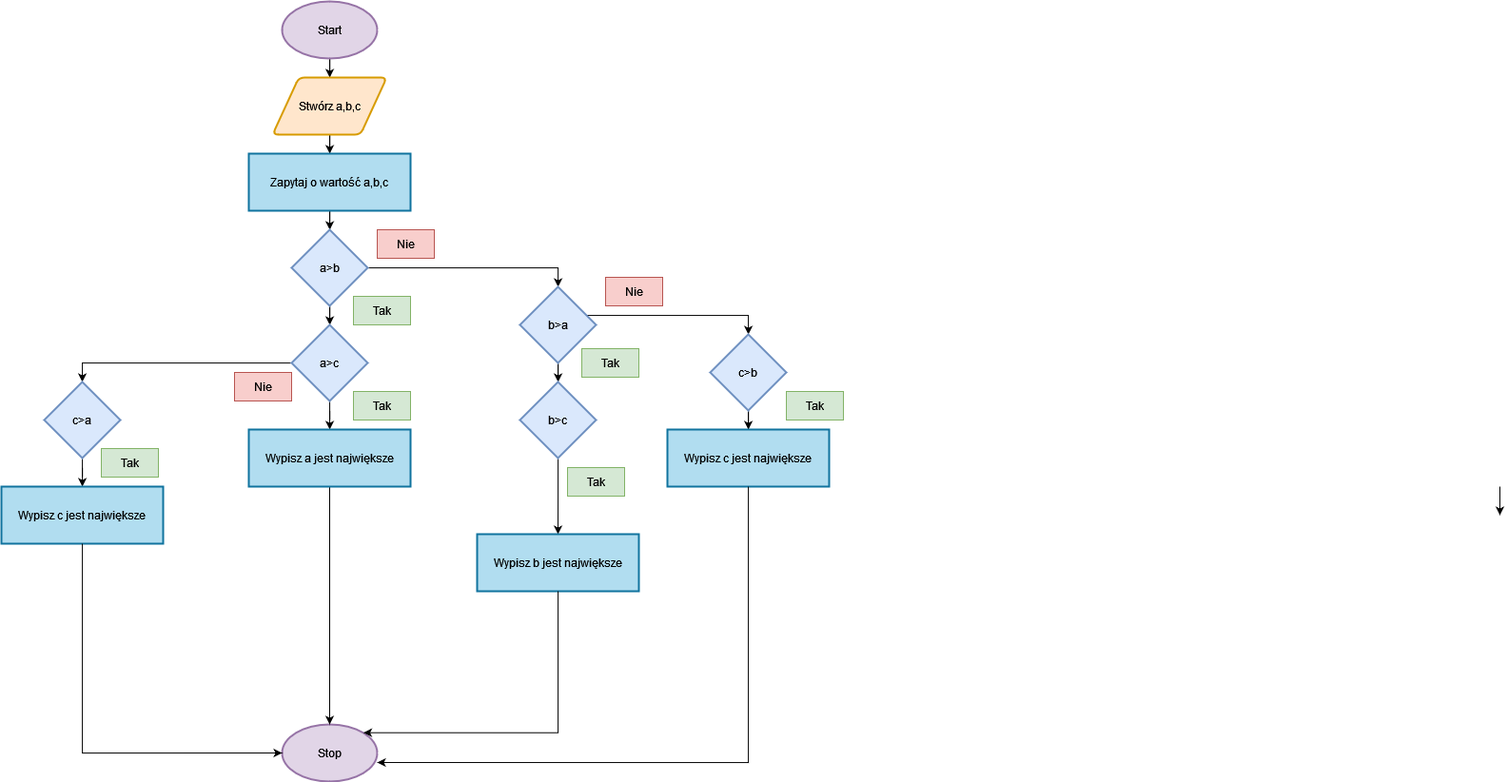
DudeQ7/Programming keeps this draw.io diagram as schemat_blokowy/Lab_01/Programowanie_laborki/Która_największa(rdy)(pre_checked)/Która największa.drawio.png. Above is the earlier version. Source tidied: cells renumbered, new cells last; positions are measured from the earlier drawing's top-left corner, leaving out a move shared by most shapes.
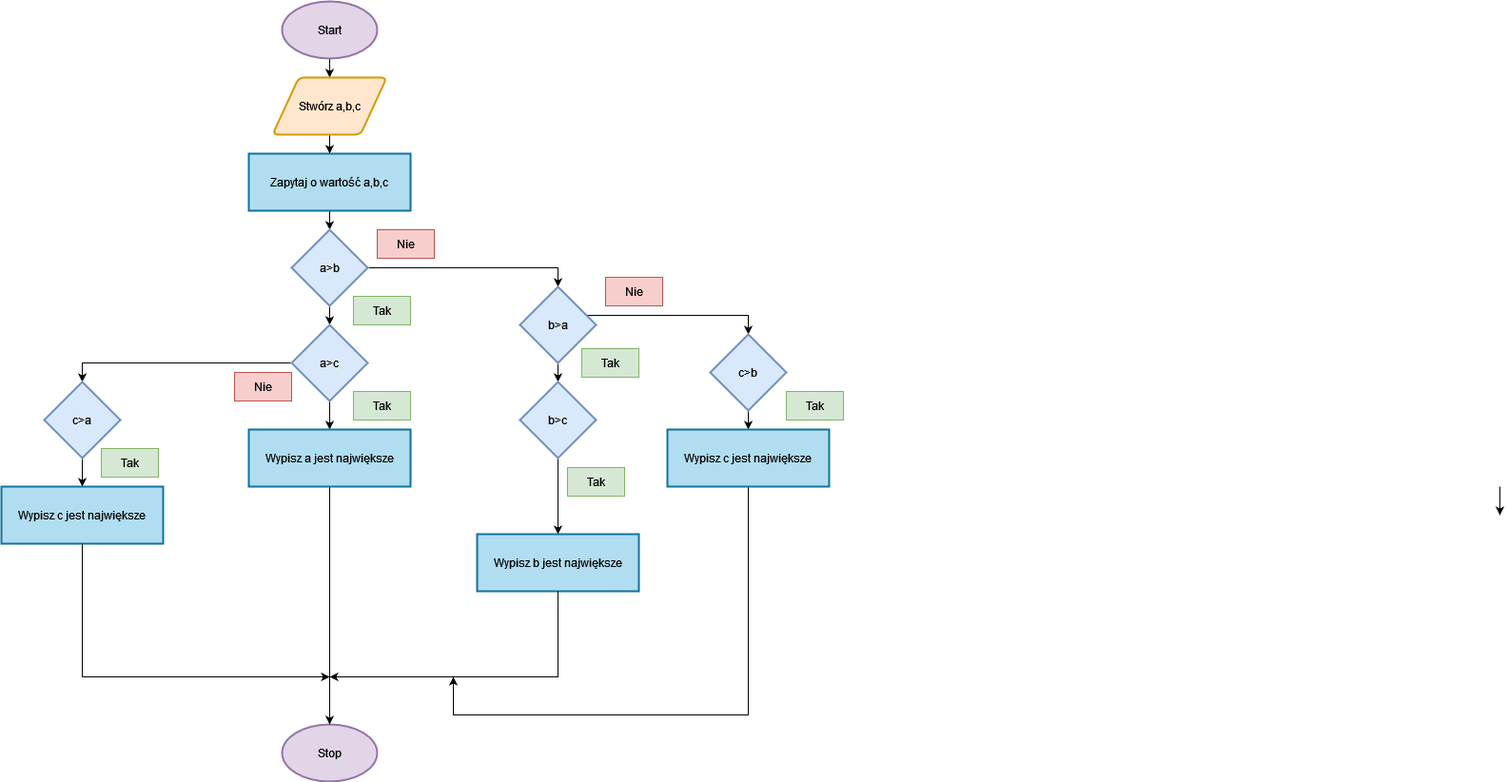
After the commit.

What changed in the source:
```diff
@@ -79,10 +79,11 @@
     <mxCell id="22" value="Wypisz b jest największe" style="rounded=0;whiteSpace=wrap;html=1;absoluteArcSize=1;arcSize=14;strokeWidth=2;fillColor=#b1ddf0;strokeColor=#10739e;" parent="1" vertex="1">
       <mxGeometry x="500" y="560" width="170" height="60" as="geometry" />
     </mxCell>
-    <mxCell id="23" style="edgeStyle=orthogonalEdgeStyle;rounded=0;jettySize=auto;html=1;entryX=0.855;entryY=0.145;entryDx=0;entryDy=0;entryPerimeter=0;" parent="1" edge="1" source="22" target="4">
+    <mxCell id="23" style="edgeStyle=orthogonalEdgeStyle;rounded=0;jettySize=auto;html=1;" parent="1" edge="1" source="22">
       <mxGeometry relative="1" as="geometry">
+        <mxPoint x="345" y="710" as="targetPoint" />
         <Array as="points">
-          <mxPoint x="585" y="769" />
+          <mxPoint x="585" y="710" />
         </Array>
       </mxGeometry>
     </mxCell>
@@ -98,16 +99,18 @@
     <mxCell id="26" value="c&amp;gt;b" style="rhombus;whiteSpace=wrap;html=1;strokeWidth=2;fillColor=#dae8fc;strokeColor=#6c8ebf;" parent="1" vertex="1">
       <mxGeometry x="745" y="350" width="80" height="80" as="geometry" />
     </mxCell>
+    <mxCell id="42" style="edgeStyle=orthogonalEdgeStyle;rounded=0;jettySize=auto;html=1;" parent="1" edge="1" source="27">
+      <mxGeometry relative="1" as="geometry">
+        <mxPoint x="475" y="710" as="targetPoint" />
+        <Array as="points">
+          <mxPoint x="785" y="750" />
+          <mxPoint x="475" y="750" />
+        </Array>
+      </mxGeometry>
+    </mxCell>
     <mxCell id="27" value="Wypisz c jest największe" style="rounded=0;whiteSpace=wrap;html=1;absoluteArcSize=1;arcSize=14;strokeWidth=2;fillColor=#b1ddf0;strokeColor=#10739e;" parent="1" vertex="1">
       <mxGeometry x="700" y="450" width="170" height="60" as="geometry" />
     </mxCell>
-    <mxCell id="28" style="edgeStyle=orthogonalEdgeStyle;rounded=0;jettySize=auto;html=1;entryX=1;entryY=0.667;entryDx=0;entryDy=0;entryPerimeter=0;" parent="1" edge="1" source="27" target="4">
-      <mxGeometry relative="1" as="geometry">
-        <Array as="points">
-          <mxPoint x="785" y="800" />
-        </Array>
-      </mxGeometry>
-    </mxCell>
     <mxCell id="29" style="edgeStyle=orthogonalEdgeStyle;rounded=0;jettySize=auto;html=1;" parent="1" edge="1" source="30" target="31">
       <mxGeometry relative="1" as="geometry" />
     </mxCell>
@@ -117,10 +120,11 @@
     <mxCell id="31" value="Wypisz c jest największe" style="rounded=0;whiteSpace=wrap;html=1;absoluteArcSize=1;arcSize=14;strokeWidth=2;fillColor=#b1ddf0;strokeColor=#10739e;" parent="1" vertex="1">
       <mxGeometry y="510" width="170" height="60" as="geometry" />
     </mxCell>
-    <mxCell id="32" style="edgeStyle=orthogonalEdgeStyle;rounded=0;jettySize=auto;html=1;entryX=0;entryY=0.5;entryDx=0;entryDy=0;entryPerimeter=0;" parent="1" edge="1" source="31" target="4">
+    <mxCell id="32" style="edgeStyle=orthogonalEdgeStyle;rounded=0;jettySize=auto;html=1;" parent="1" edge="1" source="31">
       <mxGeometry relative="1" as="geometry">
+        <mxPoint x="345" y="710" as="targetPoint" />
         <Array as="points">
-          <mxPoint x="85" y="790" />
+          <mxPoint x="85" y="710" />
         </Array>
       </mxGeometry>
     </mxCell>
```
